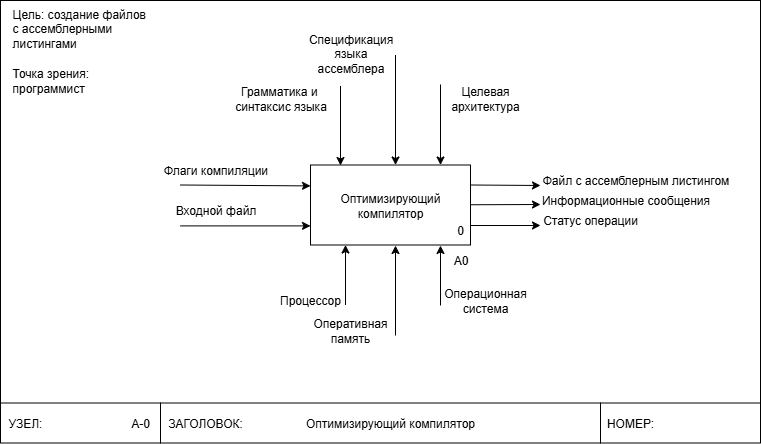
The draw.io diagram sysanal/hw/sysanal_hw-А-0.drawio.png in vzalygin/bmstu-ics6, before a commit. Source tidied: cells renumbered, new cells last; positions are measured from the earlier drawing's top-left corner, leaving out a move shared by most shapes. Its diagram source:
```xml
<mxGraphModel>
  <root>
    <mxCell id="0" />
    <mxCell id="1" parent="0" />
    <mxCell id="2" style="rounded=0;whiteSpace=wrap;html=1;" parent="1" vertex="1">
      <mxGeometry width="760" height="440" as="geometry" />
    </mxCell>
    <mxCell id="3" style="rounded=0;whiteSpace=wrap;html=1;" parent="1" vertex="1">
      <mxGeometry y="402.5" width="160" height="40" as="geometry" />
    </mxCell>
    <mxCell id="4" style="rounded=0;whiteSpace=wrap;html=1;" parent="1" vertex="1">
      <mxGeometry x="160" y="402.5" width="440" height="40" as="geometry" />
    </mxCell>
    <mxCell id="5" style="rounded=0;whiteSpace=wrap;html=1;" parent="1" vertex="1">
      <mxGeometry x="600" y="402.5" width="160" height="40" as="geometry" />
    </mxCell>
    <mxCell id="6" value="УЗЕЛ:" style="text;html=1;whiteSpace=wrap;strokeColor=none;fillColor=none;align=center;verticalAlign=middle;rounded=0;" parent="1" vertex="1">
      <mxGeometry y="407.5" width="50" height="30" as="geometry" />
    </mxCell>
    <mxCell id="7" value="ЗАГОЛОВОК:" style="text;html=1;whiteSpace=wrap;strokeColor=none;fillColor=none;align=center;verticalAlign=middle;rounded=0;" parent="1" vertex="1">
      <mxGeometry x="160" y="407.5" width="90" height="30" as="geometry" />
    </mxCell>
    <mxCell id="8" value="НОМЕР:" style="text;html=1;whiteSpace=wrap;strokeColor=none;fillColor=none;align=center;verticalAlign=middle;rounded=0;" parent="1" vertex="1">
      <mxGeometry x="600" y="407.5" width="60" height="30" as="geometry" />
    </mxCell>
    <mxCell id="9" value="А-0" style="text;html=1;whiteSpace=wrap;strokeColor=none;fillColor=none;align=center;verticalAlign=middle;rounded=0;" parent="1" vertex="1">
      <mxGeometry x="110" y="405" width="60" height="35" as="geometry" />
    </mxCell>
    <mxCell id="10" value="&lt;div style=&quot;&quot;&gt;&lt;span style=&quot;background-color: transparent; color: light-dark(rgb(0, 0, 0), rgb(255, 255, 255));&quot;&gt;Цель:&amp;nbsp;&lt;/span&gt;&lt;span style=&quot;background-color: transparent;&quot;&gt;создание файлов с ассемблерными листингами&lt;/span&gt;&lt;/div&gt;" style="text;html=1;whiteSpace=wrap;strokeColor=none;fillColor=none;align=left;verticalAlign=middle;rounded=0;" parent="1" vertex="1">
      <mxGeometry x="10" y="12.5" width="140" height="30" as="geometry" />
    </mxCell>
    <mxCell id="11" value="Точка зрения: программист" style="text;html=1;whiteSpace=wrap;strokeColor=none;fillColor=none;align=left;verticalAlign=middle;rounded=0;" parent="1" vertex="1">
      <mxGeometry x="10" y="65" width="140" height="30" as="geometry" />
    </mxCell>
    <mxCell id="12" style="endArrow=classic;html=1;rounded=0;" parent="1" edge="1">
      <mxGeometry relative="1" as="geometry">
        <mxPoint x="470" y="184.5" as="sourcePoint" />
        <mxPoint x="540" y="185" as="targetPoint" />
      </mxGeometry>
    </mxCell>
    <mxCell id="13" value="&lt;span style=&quot;text-wrap-mode: nowrap;&quot;&gt;Оптимизирующий&lt;/span&gt;&lt;div&gt;&lt;span style=&quot;text-wrap-mode: nowrap;&quot;&gt;компилятор&lt;/span&gt;&lt;/div&gt;" style="rounded=0;whiteSpace=wrap;html=1;" parent="1" vertex="1">
      <mxGeometry x="310" y="164.5" width="160" height="80" as="geometry" />
    </mxCell>
    <mxCell id="14" style="endArrow=classic;html=1;rounded=0;entryX=0;entryY=0.5;entryDx=0;entryDy=0;" parent="1" edge="1">
      <mxGeometry relative="1" as="geometry">
        <mxPoint x="180" y="225.4" as="sourcePoint" />
        <mxPoint x="310" y="225.4" as="targetPoint" />
      </mxGeometry>
    </mxCell>
    <mxCell id="15" value="Файл с ассемблерным листингом" style="text;html=1;align=center;verticalAlign=middle;strokeColor=none;fillColor=none;" parent="1" vertex="1">
      <mxGeometry x="530" y="164.5" width="210" height="30" as="geometry" />
    </mxCell>
    <mxCell id="16" style="endArrow=classic;html=1;rounded=0;" parent="1" edge="1">
      <mxGeometry relative="1" as="geometry">
        <mxPoint x="340" y="85.5" as="sourcePoint" />
        <mxPoint x="340" y="165" as="targetPoint" />
      </mxGeometry>
    </mxCell>
    <mxCell id="17" value="Грамматика и&amp;nbsp;&lt;div&gt;синтаксис языка&lt;/div&gt;" style="text;html=1;align=center;verticalAlign=middle;strokeColor=none;fillColor=none;" parent="1" vertex="1">
      <mxGeometry x="220" y="77.5" width="120" height="40" as="geometry" />
    </mxCell>
    <mxCell id="18" style="endArrow=classic;html=1;rounded=0;entryX=0;entryY=0.25;entryDx=0;entryDy=0;" parent="1" edge="1">
      <mxGeometry relative="1" as="geometry">
        <mxPoint x="180" y="184.5" as="sourcePoint" />
        <mxPoint x="310" y="185.4" as="targetPoint" />
      </mxGeometry>
    </mxCell>
    <mxCell id="19" value="Флаги компиляции" style="text;html=1;align=center;verticalAlign=middle;strokeColor=none;fillColor=none;" parent="1" vertex="1">
      <mxGeometry x="150" y="154.5" width="130" height="30" as="geometry" />
    </mxCell>
    <mxCell id="20" value="Входной файл" style="text;html=1;align=center;verticalAlign=middle;strokeColor=none;fillColor=none;" parent="1" vertex="1">
      <mxGeometry x="160" y="195" width="110" height="30" as="geometry" />
    </mxCell>
    <mxCell id="21" value="A0" style="text;html=1;align=center;verticalAlign=middle;strokeColor=none;fillColor=none;" parent="1" vertex="1">
      <mxGeometry x="440" y="244.5" width="40" height="30" as="geometry" />
    </mxCell>
    <mxCell id="22" style="endArrow=classic;html=1;rounded=0;" parent="1" edge="1">
      <mxGeometry relative="1" as="geometry">
        <mxPoint x="440" y="84" as="sourcePoint" />
        <mxPoint x="440" y="164.5" as="targetPoint" />
      </mxGeometry>
    </mxCell>
    <mxCell id="23" value="0" style="text;html=1;whiteSpace=wrap;strokeColor=none;fillColor=none;align=center;verticalAlign=middle;rounded=0;" parent="1" vertex="1">
      <mxGeometry x="430" y="214.5" width="60" height="30" as="geometry" />
    </mxCell>
    <mxCell id="24" value="Целевая архитектура" style="text;html=1;whiteSpace=wrap;strokeColor=none;fillColor=none;align=center;verticalAlign=middle;rounded=0;" parent="1" vertex="1">
      <mxGeometry x="455" y="82.5" width="60" height="30" as="geometry" />
    </mxCell>
    <mxCell id="25" value="Оперативная память" style="text;html=1;whiteSpace=wrap;strokeColor=none;fillColor=none;align=center;verticalAlign=middle;rounded=0;" parent="1" vertex="1">
      <mxGeometry x="320" y="315" width="60" height="30" as="geometry" />
    </mxCell>
    <mxCell id="26" style="endArrow=classic;html=1;rounded=0;entryX=0.5;entryY=1;entryDx=0;entryDy=0;" parent="1" edge="1">
      <mxGeometry relative="1" as="geometry">
        <mxPoint x="395" y="335" as="sourcePoint" />
        <mxPoint x="395" y="245" as="targetPoint" />
      </mxGeometry>
    </mxCell>
    <mxCell id="27" style="endArrow=classic;html=1;rounded=0;" parent="1" edge="1">
      <mxGeometry relative="1" as="geometry">
        <mxPoint x="470" y="204.2" as="sourcePoint" />
        <mxPoint x="540" y="204" as="targetPoint" />
      </mxGeometry>
    </mxCell>
    <mxCell id="28" style="endArrow=classic;html=1;rounded=0;" parent="1" edge="1">
      <mxGeometry relative="1" as="geometry">
        <mxPoint x="470" y="225" as="sourcePoint" />
        <mxPoint x="540" y="225" as="targetPoint" />
      </mxGeometry>
    </mxCell>
    <mxCell id="29" value="Информационные сообщения" style="text;html=1;align=center;verticalAlign=middle;strokeColor=none;fillColor=none;" parent="1" vertex="1">
      <mxGeometry x="530" y="184.5" width="190" height="30" as="geometry" />
    </mxCell>
    <mxCell id="30" value="Статус операции" style="text;html=1;whiteSpace=wrap;strokeColor=none;fillColor=none;align=center;verticalAlign=middle;rounded=0;" parent="1" vertex="1">
      <mxGeometry x="530" y="205" width="120" height="30" as="geometry" />
    </mxCell>
    <mxCell id="31" value="Оптимизирующий компилятор" style="text;html=1;whiteSpace=wrap;strokeColor=none;fillColor=none;align=center;verticalAlign=middle;rounded=0;" parent="1" vertex="1">
      <mxGeometry x="295" y="407.5" width="190" height="30" as="geometry" />
    </mxCell>
    <mxCell id="32" value="Операционная система" style="text;html=1;whiteSpace=wrap;strokeColor=none;fillColor=none;align=center;verticalAlign=middle;rounded=0;" parent="1" vertex="1">
      <mxGeometry x="455" y="285" width="60" height="30" as="geometry" />
    </mxCell>
    <mxCell id="33" style="endArrow=classic;html=1;rounded=0;entryX=0.5;entryY=1;entryDx=0;entryDy=0;" parent="1" edge="1">
      <mxGeometry relative="1" as="geometry">
        <mxPoint x="440" y="305" as="sourcePoint" />
        <mxPoint x="440" y="245" as="targetPoint" />
      </mxGeometry>
    </mxCell>
    <mxCell id="34" value="Процессор" style="text;html=1;whiteSpace=wrap;strokeColor=none;fillColor=none;align=center;verticalAlign=middle;rounded=0;" parent="1" vertex="1">
      <mxGeometry x="280" y="284.5" width="60" height="30.5" as="geometry" />
    </mxCell>
    <mxCell id="35" style="endArrow=classic;html=1;rounded=0;entryX=0.5;entryY=1;entryDx=0;entryDy=0;" parent="1" edge="1">
      <mxGeometry relative="1" as="geometry">
        <mxPoint x="345" y="304.5" as="sourcePoint" />
        <mxPoint x="345" y="244.5" as="targetPoint" />
      </mxGeometry>
    </mxCell>
    <mxCell id="36" style="endArrow=classic;html=1;rounded=0;" parent="1" edge="1">
      <mxGeometry relative="1" as="geometry">
        <mxPoint x="395" y="54.5" as="sourcePoint" />
        <mxPoint x="395" y="164.5" as="targetPoint" />
      </mxGeometry>
    </mxCell>
    <mxCell id="37" value="&lt;span style=&quot;text-wrap-mode: wrap;&quot;&gt;Спецификация&lt;/span&gt;&lt;div style=&quot;text-wrap-mode: wrap;&quot;&gt;языка ассемблера&lt;/div&gt;" style="text;html=1;align=center;verticalAlign=middle;strokeColor=none;fillColor=none;" parent="1" vertex="1">
      <mxGeometry x="285" y="32.5" width="130" height="40" as="geometry" />
    </mxCell>
  </root>
</mxGraphModel>
```
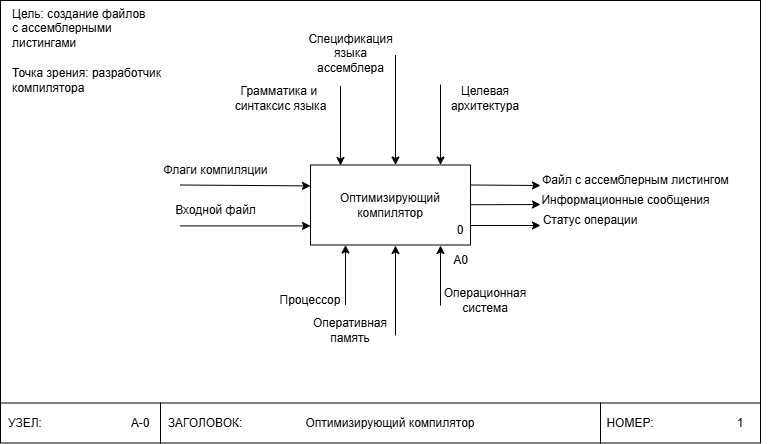
The same file after the commit.

Change to the diagram source:
```diff
@@ -29,8 +29,8 @@
     <mxCell id="10" value="&lt;div style=&quot;&quot;&gt;&lt;span style=&quot;background-color: transparent; color: light-dark(rgb(0, 0, 0), rgb(255, 255, 255));&quot;&gt;Цель:&amp;nbsp;&lt;/span&gt;&lt;span style=&quot;background-color: transparent;&quot;&gt;создание файлов с ассемблерными листингами&lt;/span&gt;&lt;/div&gt;" style="text;html=1;whiteSpace=wrap;strokeColor=none;fillColor=none;align=left;verticalAlign=middle;rounded=0;" parent="1" vertex="1">
       <mxGeometry x="10" y="12.5" width="140" height="30" as="geometry" />
     </mxCell>
-    <mxCell id="11" value="Точка зрения: программист" style="text;html=1;whiteSpace=wrap;strokeColor=none;fillColor=none;align=left;verticalAlign=middle;rounded=0;" parent="1" vertex="1">
-      <mxGeometry x="10" y="65" width="140" height="30" as="geometry" />
+    <mxCell id="11" value="Точка зрения: разработчик компилятора" style="text;html=1;whiteSpace=wrap;strokeColor=none;fillColor=none;align=left;verticalAlign=middle;rounded=0;" parent="1" vertex="1">
+      <mxGeometry x="10" y="65" width="170" height="30" as="geometry" />
     </mxCell>
     <mxCell id="12" style="endArrow=classic;html=1;rounded=0;" parent="1" edge="1">
       <mxGeometry relative="1" as="geometry">
@@ -143,5 +143,8 @@
     <mxCell id="37" value="&lt;span style=&quot;text-wrap-mode: wrap;&quot;&gt;Спецификация&lt;/span&gt;&lt;div style=&quot;text-wrap-mode: wrap;&quot;&gt;языка ассемблера&lt;/div&gt;" style="text;html=1;align=center;verticalAlign=middle;strokeColor=none;fillColor=none;" parent="1" vertex="1">
       <mxGeometry x="285" y="32.5" width="130" height="40" as="geometry" />
     </mxCell>
+    <mxCell id="38" value="1" style="text;html=1;whiteSpace=wrap;strokeColor=none;fillColor=none;align=center;verticalAlign=middle;rounded=0;" parent="1" vertex="1">
+      <mxGeometry x="710" y="407.5" width="60" height="30" as="geometry" />
+    </mxCell>
   </root>
 </mxGraphModel>
```
